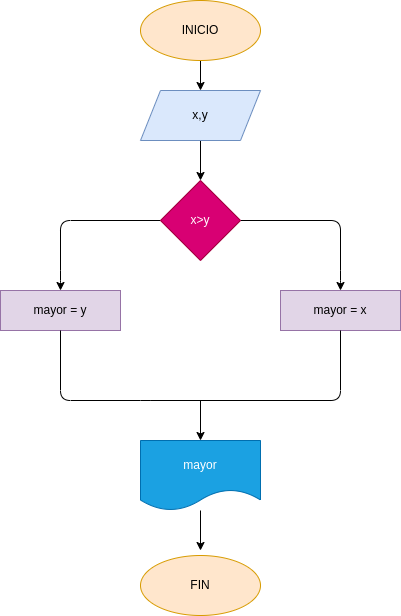
Above: diagrama.png in sharol2021/mayor_2enteros (draw.io), before the change. Source tidied: cells renumbered, new cells last; positions are measured from the earlier drawing's top-left corner, leaving out a move shared by most shapes. Source of this version:
```xml
<mxGraphModel>
  <root>
    <mxCell id="0" />
    <mxCell id="1" parent="0" />
    <mxCell id="2" style="edgeStyle=none;html=1;" parent="1" edge="1" source="3" target="5">
      <mxGeometry relative="1" as="geometry" />
    </mxCell>
    <mxCell id="3" value="INICIO" style="ellipse;whiteSpace=wrap;html=1;fillColor=#ffe6cc;strokeColor=#d79b00;" parent="1" vertex="1">
      <mxGeometry x="140" width="120" height="60" as="geometry" />
    </mxCell>
    <mxCell id="4" style="edgeStyle=none;html=1;" parent="1" edge="1" source="5">
      <mxGeometry relative="1" as="geometry">
        <mxPoint x="200" y="180" as="targetPoint" />
      </mxGeometry>
    </mxCell>
    <mxCell id="5" value="x,y" style="shape=parallelogram;perimeter=parallelogramPerimeter;whiteSpace=wrap;html=1;fixedSize=1;fillColor=#dae8fc;strokeColor=#6c8ebf;" parent="1" vertex="1">
      <mxGeometry x="140" y="90" width="120" height="50" as="geometry" />
    </mxCell>
    <mxCell id="6" style="edgeStyle=none;html=1;" parent="1" edge="1" target="9">
      <mxGeometry relative="1" as="geometry">
        <mxPoint x="200" y="240" as="sourcePoint" />
      </mxGeometry>
    </mxCell>
    <mxCell id="7" style="edgeStyle=none;html=1;" parent="1" edge="1" source="9">
      <mxGeometry relative="1" as="geometry">
        <mxPoint x="340" y="290" as="targetPoint" />
        <Array as="points">
          <mxPoint x="340" y="220" />
          <mxPoint x="340" y="280" />
        </Array>
      </mxGeometry>
    </mxCell>
    <mxCell id="8" style="edgeStyle=none;html=1;" parent="1" edge="1" source="9">
      <mxGeometry relative="1" as="geometry">
        <mxPoint x="60" y="290" as="targetPoint" />
        <Array as="points">
          <mxPoint x="60" y="220" />
          <mxPoint x="60" y="280" />
        </Array>
      </mxGeometry>
    </mxCell>
    <mxCell id="9" value="x&amp;gt;y" style="rhombus;whiteSpace=wrap;html=1;fillColor=#d80073;fontColor=#ffffff;strokeColor=#A50040;" parent="1" vertex="1">
      <mxGeometry x="160" y="180" width="80" height="80" as="geometry" />
    </mxCell>
    <mxCell id="10" value="mayor = y" style="rounded=0;whiteSpace=wrap;html=1;fillColor=#e1d5e7;strokeColor=#9673a6;" parent="1" vertex="1">
      <mxGeometry y="290" width="120" height="40" as="geometry" />
    </mxCell>
    <mxCell id="11" value="mayor = x" style="rounded=0;whiteSpace=wrap;html=1;fillColor=#e1d5e7;strokeColor=#9673a6;" parent="1" vertex="1">
      <mxGeometry x="280" y="290" width="120" height="40" as="geometry" />
    </mxCell>
    <mxCell id="12" style="endArrow=none;html=1;entryX=0.5;entryY=1;entryDx=0;entryDy=0;" parent="1" edge="1" target="11">
      <mxGeometry relative="1" as="geometry">
        <mxPoint x="150" y="400" as="sourcePoint" />
        <Array as="points">
          <mxPoint x="340" y="400" />
        </Array>
      </mxGeometry>
    </mxCell>
    <mxCell id="13" style="endArrow=none;html=1;exitX=0.5;exitY=1;exitDx=0;exitDy=0;" parent="1" edge="1" source="10">
      <mxGeometry relative="1" as="geometry">
        <mxPoint x="180" y="400" as="targetPoint" />
        <Array as="points">
          <mxPoint x="60" y="400" />
          <mxPoint x="150" y="400" />
        </Array>
      </mxGeometry>
    </mxCell>
    <mxCell id="14" style="endArrow=classic;html=1;" parent="1" edge="1" target="16">
      <mxGeometry relative="1" as="geometry">
        <mxPoint x="200" y="400" as="sourcePoint" />
      </mxGeometry>
    </mxCell>
    <mxCell id="15" style="edgeStyle=none;html=1;" parent="1" edge="1" source="16">
      <mxGeometry relative="1" as="geometry">
        <mxPoint x="200" y="550" as="targetPoint" />
      </mxGeometry>
    </mxCell>
    <mxCell id="16" value="mayor" style="shape=document;whiteSpace=wrap;html=1;boundedLbl=1;fillColor=#1ba1e2;fontColor=#ffffff;strokeColor=#006EAF;" parent="1" vertex="1">
      <mxGeometry x="140" y="440" width="120" height="70" as="geometry" />
    </mxCell>
    <mxCell id="17" value="FIN" style="ellipse;whiteSpace=wrap;html=1;fillColor=#ffe6cc;strokeColor=#d79b00;" parent="1" vertex="1">
      <mxGeometry x="140" y="555" width="120" height="60" as="geometry" />
    </mxCell>
  </root>
</mxGraphModel>
```
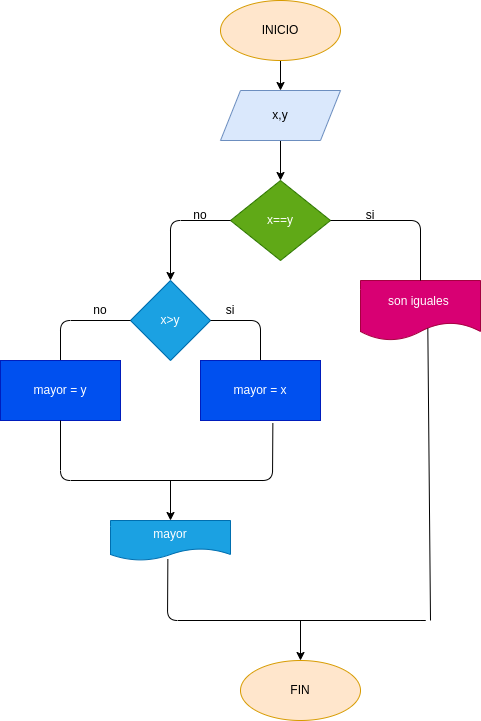
Later version of the same file.

Diff of the diagram source:
```diff
@@ -16,70 +16,110 @@
     <mxCell id="5" value="x,y" style="shape=parallelogram;perimeter=parallelogramPerimeter;whiteSpace=wrap;html=1;fixedSize=1;fillColor=#dae8fc;strokeColor=#6c8ebf;" parent="1" vertex="1">
       <mxGeometry x="140" y="90" width="120" height="50" as="geometry" />
     </mxCell>
-    <mxCell id="6" style="edgeStyle=none;html=1;" parent="1" edge="1" target="9">
-      <mxGeometry relative="1" as="geometry">
-        <mxPoint x="200" y="240" as="sourcePoint" />
-      </mxGeometry>
-    </mxCell>
-    <mxCell id="7" style="edgeStyle=none;html=1;" parent="1" edge="1" source="9">
-      <mxGeometry relative="1" as="geometry">
-        <mxPoint x="340" y="290" as="targetPoint" />
-        <Array as="points">
-          <mxPoint x="340" y="220" />
-          <mxPoint x="340" y="280" />
-        </Array>
-      </mxGeometry>
-    </mxCell>
-    <mxCell id="8" style="edgeStyle=none;html=1;" parent="1" edge="1" source="9">
-      <mxGeometry relative="1" as="geometry">
-        <mxPoint x="60" y="290" as="targetPoint" />
-        <Array as="points">
-          <mxPoint x="60" y="220" />
-          <mxPoint x="60" y="280" />
-        </Array>
-      </mxGeometry>
-    </mxCell>
+    <mxCell id="18" value="x==y" style="rhombus;whiteSpace=wrap;html=1;fillColor=#60a917;fontColor=#ffffff;strokeColor=#2D7600;" parent="1" vertex="1">
+      <mxGeometry x="150" y="180" width="100" height="80" as="geometry" />
+    </mxCell>
+    <mxCell id="19" value="son iguales&amp;nbsp;" style="shape=document;whiteSpace=wrap;html=1;boundedLbl=1;fillColor=#d80073;fontColor=#ffffff;strokeColor=#A50040;" parent="1" vertex="1">
+      <mxGeometry x="280" y="280" width="120" height="60" as="geometry" />
+    </mxCell>
-    <mxCell id="9" value="x&amp;gt;y" style="rhombus;whiteSpace=wrap;html=1;fillColor=#d80073;fontColor=#ffffff;strokeColor=#A50040;" parent="1" vertex="1">
-      <mxGeometry x="160" y="180" width="80" height="80" as="geometry" />
+    <mxCell id="9" value="x&amp;gt;y" style="rhombus;whiteSpace=wrap;html=1;fillColor=#1ba1e2;fontColor=#ffffff;strokeColor=#006EAF;" parent="1" vertex="1">
+      <mxGeometry x="50" y="280" width="80" height="80" as="geometry" />
     </mxCell>
+    <mxCell id="20" style="endArrow=none;html=1;exitX=1;exitY=0.5;exitDx=0;exitDy=0;" parent="1" edge="1" source="9">
+      <mxGeometry relative="1" as="geometry">
+        <mxPoint x="180" y="360" as="targetPoint" />
+        <Array as="points">
+          <mxPoint x="180" y="320" />
+          <mxPoint x="180" y="360" />
+        </Array>
+      </mxGeometry>
+    </mxCell>
+    <mxCell id="11" value="mayor = x" style="rounded=0;whiteSpace=wrap;html=1;fillColor=#0050ef;fontColor=#ffffff;strokeColor=#001DBC;" parent="1" vertex="1">
+      <mxGeometry x="120" y="360" width="120" height="60" as="geometry" />
+    </mxCell>
+    <mxCell id="21" style="endArrow=classic;html=1;exitX=0;exitY=0.5;exitDx=0;exitDy=0;entryX=0.5;entryY=0;entryDx=0;entryDy=0;" parent="1" edge="1" source="18" target="9">
+      <mxGeometry relative="1" as="geometry">
+        <Array as="points">
+          <mxPoint x="90" y="220" />
+        </Array>
+      </mxGeometry>
+    </mxCell>
+    <mxCell id="22" value="no" style="text;html=1;strokeColor=none;fillColor=none;align=center;verticalAlign=middle;whiteSpace=wrap;rounded=0;" parent="1" vertex="1">
+      <mxGeometry x="90" y="200" width="60" height="30" as="geometry" />
+    </mxCell>
+    <mxCell id="23" style="edgeStyle=none;html=1;endArrow=none;entryX=0.5;entryY=0;entryDx=0;entryDy=0;" parent="1" edge="1" source="18" target="19">
+      <mxGeometry relative="1" as="geometry">
+        <Array as="points">
+          <mxPoint x="340" y="220" />
+        </Array>
+      </mxGeometry>
+    </mxCell>
+    <mxCell id="24" value="si" style="text;html=1;strokeColor=none;fillColor=none;align=center;verticalAlign=middle;whiteSpace=wrap;rounded=0;" parent="1" vertex="1">
+      <mxGeometry x="260" y="200" width="60" height="30" as="geometry" />
+    </mxCell>
+    <mxCell id="25" style="endArrow=none;html=1;entryX=0;entryY=0.5;entryDx=0;entryDy=0;" parent="1" edge="1" target="9">
+      <mxGeometry relative="1" as="geometry">
+        <mxPoint x="-20" y="360" as="sourcePoint" />
+        <Array as="points">
+          <mxPoint x="-20" y="320" />
+        </Array>
+      </mxGeometry>
+    </mxCell>
-    <mxCell id="10" value="mayor = y" style="rounded=0;whiteSpace=wrap;html=1;fillColor=#e1d5e7;strokeColor=#9673a6;" parent="1" vertex="1">
-      <mxGeometry y="290" width="120" height="40" as="geometry" />
+    <mxCell id="10" value="mayor = y" style="rounded=0;whiteSpace=wrap;html=1;fillColor=#0050ef;fontColor=#ffffff;strokeColor=#001DBC;" parent="1" vertex="1">
+      <mxGeometry x="-80" y="360" width="120" height="60" as="geometry" />
     </mxCell>
-    <mxCell id="11" value="mayor = x" style="rounded=0;whiteSpace=wrap;html=1;fillColor=#e1d5e7;strokeColor=#9673a6;" parent="1" vertex="1">
-      <mxGeometry x="280" y="290" width="120" height="40" as="geometry" />
-    </mxCell>
-    <mxCell id="12" style="endArrow=none;html=1;entryX=0.5;entryY=1;entryDx=0;entryDy=0;" parent="1" edge="1" target="11">
-      <mxGeometry relative="1" as="geometry">
-        <mxPoint x="150" y="400" as="sourcePoint" />
-        <Array as="points">
-          <mxPoint x="340" y="400" />
-        </Array>
-      </mxGeometry>
-    </mxCell>
-    <mxCell id="13" style="endArrow=none;html=1;exitX=0.5;exitY=1;exitDx=0;exitDy=0;" parent="1" edge="1" source="10">
-      <mxGeometry relative="1" as="geometry">
-        <mxPoint x="180" y="400" as="targetPoint" />
-        <Array as="points">
-          <mxPoint x="60" y="400" />
-          <mxPoint x="150" y="400" />
-        </Array>
-      </mxGeometry>
-    </mxCell>
-    <mxCell id="14" style="endArrow=classic;html=1;" parent="1" edge="1" target="16">
-      <mxGeometry relative="1" as="geometry">
-        <mxPoint x="200" y="400" as="sourcePoint" />
-      </mxGeometry>
-    </mxCell>
-    <mxCell id="15" style="edgeStyle=none;html=1;" parent="1" edge="1" source="16">
-      <mxGeometry relative="1" as="geometry">
-        <mxPoint x="200" y="550" as="targetPoint" />
-      </mxGeometry>
-    </mxCell>
+    <mxCell id="26" style="endArrow=none;html=1;exitX=0.603;exitY=1.045;exitDx=0;exitDy=0;exitPerimeter=0;" parent="1" edge="1" source="11">
+      <mxGeometry relative="1" as="geometry">
+        <mxPoint x="20" y="480" as="targetPoint" />
+        <Array as="points">
+          <mxPoint x="192" y="480" />
+        </Array>
+      </mxGeometry>
+    </mxCell>
+    <mxCell id="27" style="endArrow=none;html=1;entryX=0.5;entryY=1;entryDx=0;entryDy=0;" parent="1" edge="1" target="10">
+      <mxGeometry relative="1" as="geometry">
+        <mxPoint x="40" y="480" as="sourcePoint" />
+        <Array as="points">
+          <mxPoint x="-20" y="480" />
+        </Array>
+      </mxGeometry>
+    </mxCell>
+    <mxCell id="28" style="endArrow=classic;html=1;" parent="1" edge="1" target="16">
+      <mxGeometry relative="1" as="geometry">
+        <mxPoint x="90" y="480" as="sourcePoint" />
+      </mxGeometry>
+    </mxCell>
     <mxCell id="16" value="mayor" style="shape=document;whiteSpace=wrap;html=1;boundedLbl=1;fillColor=#1ba1e2;fontColor=#ffffff;strokeColor=#006EAF;" parent="1" vertex="1">
-      <mxGeometry x="140" y="440" width="120" height="70" as="geometry" />
+      <mxGeometry x="30" y="520" width="120" height="40" as="geometry" />
     </mxCell>
+    <mxCell id="29" style="endArrow=none;html=1;entryX=0.561;entryY=0.795;entryDx=0;entryDy=0;entryPerimeter=0;" parent="1" edge="1" target="19">
+      <mxGeometry relative="1" as="geometry">
+        <mxPoint x="350" y="620" as="sourcePoint" />
+      </mxGeometry>
+    </mxCell>
+    <mxCell id="30" style="endArrow=none;html=1;entryX=0.478;entryY=0.963;entryDx=0;entryDy=0;entryPerimeter=0;" parent="1" edge="1" target="16">
+      <mxGeometry relative="1" as="geometry">
+        <mxPoint x="110" y="620" as="sourcePoint" />
+        <Array as="points">
+          <mxPoint x="350" y="620" />
+          <mxPoint x="87" y="620" />
+        </Array>
+      </mxGeometry>
+    </mxCell>
+    <mxCell id="31" style="endArrow=classic;html=1;" parent="1" edge="1">
+      <mxGeometry relative="1" as="geometry">
+        <mxPoint x="220" y="620" as="sourcePoint" />
+        <mxPoint x="220" y="660" as="targetPoint" />
+      </mxGeometry>
+    </mxCell>
     <mxCell id="17" value="FIN" style="ellipse;whiteSpace=wrap;html=1;fillColor=#ffe6cc;strokeColor=#d79b00;" parent="1" vertex="1">
-      <mxGeometry x="140" y="555" width="120" height="60" as="geometry" />
+      <mxGeometry x="160" y="660" width="120" height="60" as="geometry" />
     </mxCell>
+    <mxCell id="32" value="si" style="text;html=1;strokeColor=none;fillColor=none;align=center;verticalAlign=middle;whiteSpace=wrap;rounded=0;" parent="1" vertex="1">
+      <mxGeometry x="120" y="295" width="60" height="30" as="geometry" />
+    </mxCell>
+    <mxCell id="33" value="no" style="text;html=1;strokeColor=none;fillColor=none;align=center;verticalAlign=middle;whiteSpace=wrap;rounded=0;" parent="1" vertex="1">
+      <mxGeometry x="-10" y="295" width="60" height="30" as="geometry" />
+    </mxCell>
   </root>
 </mxGraphModel>
```
